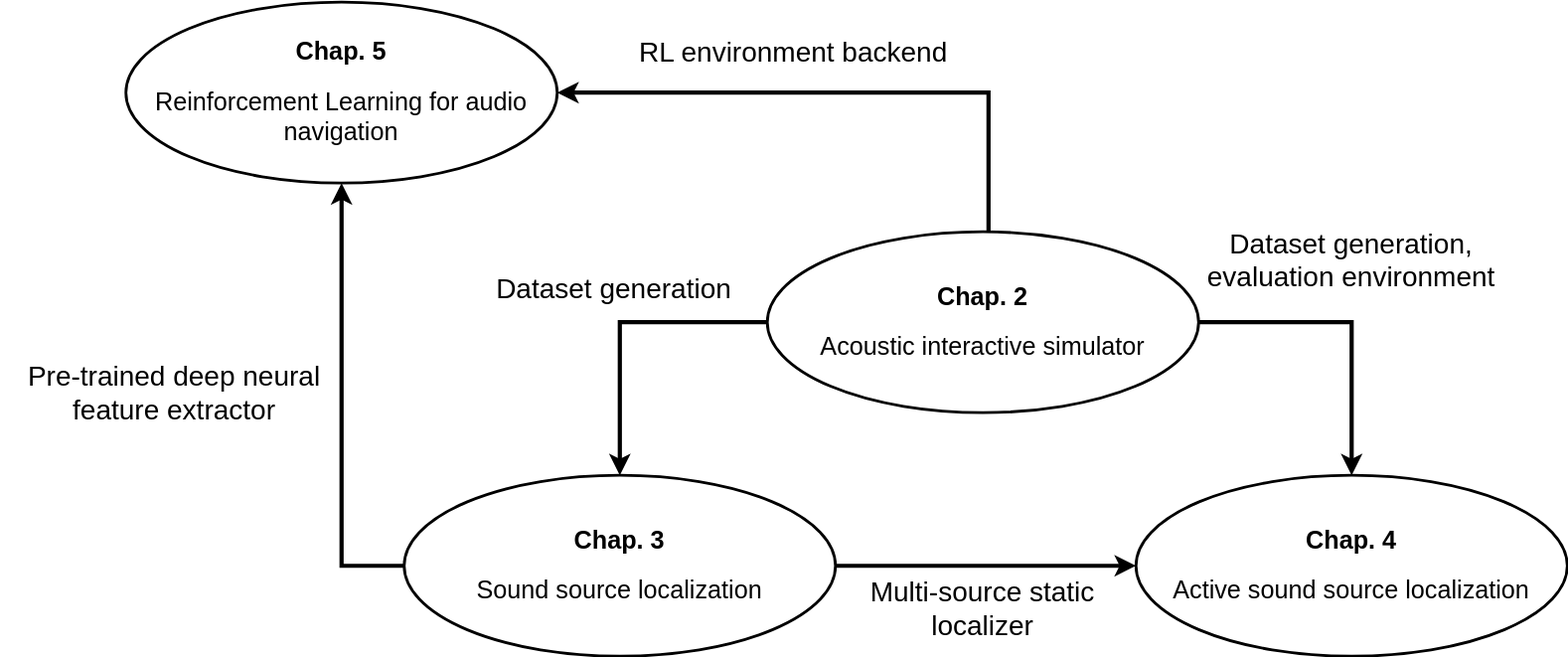
Above: sections/1_introduction/figures/diagram.svg in GaetanLepage/phd-manuscript (draw.io), before the change. Source tidied: cells renumbered, new cells last; positions are measured from the earlier drawing's top-left corner, leaving out a move shared by most shapes. Its diagram source:
```xml
<mxGraphModel>
  <root>
    <mxCell id="0" />
    <mxCell id="1" parent="0" />
    <mxCell id="2" style="edgeStyle=orthogonalEdgeStyle;rounded=0;hachureGap=4;jettySize=auto;html=1;entryX=1;entryY=0.5;entryDx=0;entryDy=0;fontFamily=Architects Daughter;fontSource=https%3A%2F%2Ffonts.googleapis.com%2Fcss%3Ffamily%3DArchitects%2BDaughter;strokeWidth=3;" parent="1" edge="1" source="4" target="9">
      <mxGeometry relative="1" as="geometry">
        <Array as="points">
          <mxPoint x="710" y="65" />
        </Array>
      </mxGeometry>
    </mxCell>
    <mxCell id="3" style="edgeStyle=orthogonalEdgeStyle;rounded=0;hachureGap=4;jettySize=auto;html=1;entryX=0.5;entryY=0;entryDx=0;entryDy=0;fontFamily=Architects Daughter;fontSource=https%3A%2F%2Ffonts.googleapis.com%2Fcss%3Ffamily%3DArchitects%2BDaughter;strokeWidth=3;" parent="1" edge="1" source="4" target="8">
      <mxGeometry relative="1" as="geometry">
        <Array as="points">
          <mxPoint x="971" y="230" />
        </Array>
      </mxGeometry>
    </mxCell>
    <mxCell id="4" value="&lt;font style=&quot;font-size: 18px;&quot;&gt;&lt;b&gt;Chap. 2&lt;br&gt;&lt;/b&gt;&lt;/font&gt;&lt;br&gt;&lt;font style=&quot;font-size: 18px;&quot;&gt;Acoustic interactive simulator&lt;/font&gt;" style="ellipse;whiteSpace=wrap;html=1;hachureGap=4;fontFamily=Helvetica;strokeWidth=2;" parent="1" vertex="1">
      <mxGeometry x="551" y="165" width="310" height="130" as="geometry" />
    </mxCell>
    <mxCell id="5" style="edgeStyle=orthogonalEdgeStyle;rounded=0;hachureGap=4;jettySize=auto;html=1;entryX=0;entryY=0.5;entryDx=0;entryDy=0;fontFamily=Architects Daughter;fontSource=https%3A%2F%2Ffonts.googleapis.com%2Fcss%3Ffamily%3DArchitects%2BDaughter;strokeWidth=3;" parent="1" edge="1" source="7" target="8">
      <mxGeometry relative="1" as="geometry" />
    </mxCell>
    <mxCell id="6" style="edgeStyle=orthogonalEdgeStyle;rounded=0;hachureGap=4;jettySize=auto;html=1;entryX=0.5;entryY=1;entryDx=0;entryDy=0;fontFamily=Architects Daughter;fontSource=https%3A%2F%2Ffonts.googleapis.com%2Fcss%3Ffamily%3DArchitects%2BDaughter;exitX=0;exitY=0.5;exitDx=0;exitDy=0;strokeWidth=3;" parent="1" edge="1" source="7" target="9">
      <mxGeometry relative="1" as="geometry" />
    </mxCell>
    <mxCell id="7" value="&lt;b&gt;&lt;font style=&quot;font-size: 18px;&quot;&gt;Chap. 3&lt;br&gt;&lt;/font&gt;&lt;/b&gt;&lt;br&gt;&lt;font style=&quot;font-size: 18px;&quot;&gt;Sound source localization&lt;/font&gt;" style="ellipse;whiteSpace=wrap;html=1;hachureGap=4;fontFamily=Helvetica;strokeWidth=2;" parent="1" vertex="1">
      <mxGeometry x="290" y="340" width="310" height="130" as="geometry" />
    </mxCell>
    <mxCell id="8" value="&lt;font style=&quot;font-size: 18px;&quot;&gt;&lt;b&gt;Chap. 4&lt;br&gt;&lt;/b&gt;&lt;/font&gt;&lt;br&gt;&lt;font style=&quot;font-size: 18px;&quot;&gt;Active sound source localization&lt;/font&gt;" style="ellipse;whiteSpace=wrap;html=1;hachureGap=4;fontFamily=Helvetica;strokeWidth=2;" parent="1" vertex="1">
      <mxGeometry x="816" y="340" width="310" height="130" as="geometry" />
    </mxCell>
    <mxCell id="9" value="&lt;b&gt;&lt;font style=&quot;font-size: 18px;&quot;&gt;Chap. 5&lt;br&gt;&lt;/font&gt;&lt;/b&gt;&lt;br&gt;&lt;font style=&quot;font-size: 18px;&quot;&gt;Reinforcement Learning for audio navigation&lt;/font&gt;" style="ellipse;whiteSpace=wrap;html=1;hachureGap=4;fontFamily=Helvetica;strokeWidth=2;" parent="1" vertex="1">
      <mxGeometry x="90" width="310" height="130" as="geometry" />
    </mxCell>
    <mxCell id="10" style="endArrow=classic;html=1;rounded=0;hachureGap=4;fontFamily=Architects Daughter;fontSource=https%3A%2F%2Ffonts.googleapis.com%2Fcss%3Ffamily%3DArchitects%2BDaughter;exitX=0;exitY=0.5;exitDx=0;exitDy=0;entryX=0.5;entryY=0;entryDx=0;entryDy=0;strokeWidth=3;edgeStyle=orthogonalEdgeStyle;" parent="1" edge="1" source="4" target="7">
      <mxGeometry relative="1" as="geometry">
        <Array as="points">
          <mxPoint x="445" y="230" />
        </Array>
      </mxGeometry>
    </mxCell>
    <mxCell id="11" value="Pre-trained deep neural feature extractor" style="text;html=1;align=center;verticalAlign=middle;whiteSpace=wrap;rounded=0;fontFamily=Helvetica;fontSize=20;" parent="1" vertex="1">
      <mxGeometry y="265" width="250" height="30" as="geometry" />
    </mxCell>
    <mxCell id="12" value="RL environment backend" style="text;html=1;align=center;verticalAlign=middle;whiteSpace=wrap;rounded=0;fontFamily=Helvetica;fontSize=20;" parent="1" vertex="1">
      <mxGeometry x="450" y="20" width="240" height="30" as="geometry" />
    </mxCell>
    <mxCell id="13" value="Dataset generation,&lt;br&gt;evaluation environment" style="text;html=1;align=center;verticalAlign=middle;whiteSpace=wrap;rounded=0;fontFamily=Helvetica;fontSize=20;" parent="1" vertex="1">
      <mxGeometry x="861" y="170" width="220" height="30" as="geometry" />
    </mxCell>
    <mxCell id="14" value="Multi-source static localizer" style="text;html=1;align=center;verticalAlign=middle;whiteSpace=wrap;rounded=0;fontFamily=Helvetica;fontSize=20;" parent="1" vertex="1">
      <mxGeometry x="596" y="420" width="220" height="30" as="geometry" />
    </mxCell>
    <mxCell id="15" value="Dataset generation" style="text;html=1;align=center;verticalAlign=middle;whiteSpace=wrap;rounded=0;fontFamily=Helvetica;fontSize=20;" parent="1" vertex="1">
      <mxGeometry x="331" y="190" width="220" height="30" as="geometry" />
    </mxCell>
  </root>
</mxGraphModel>
```
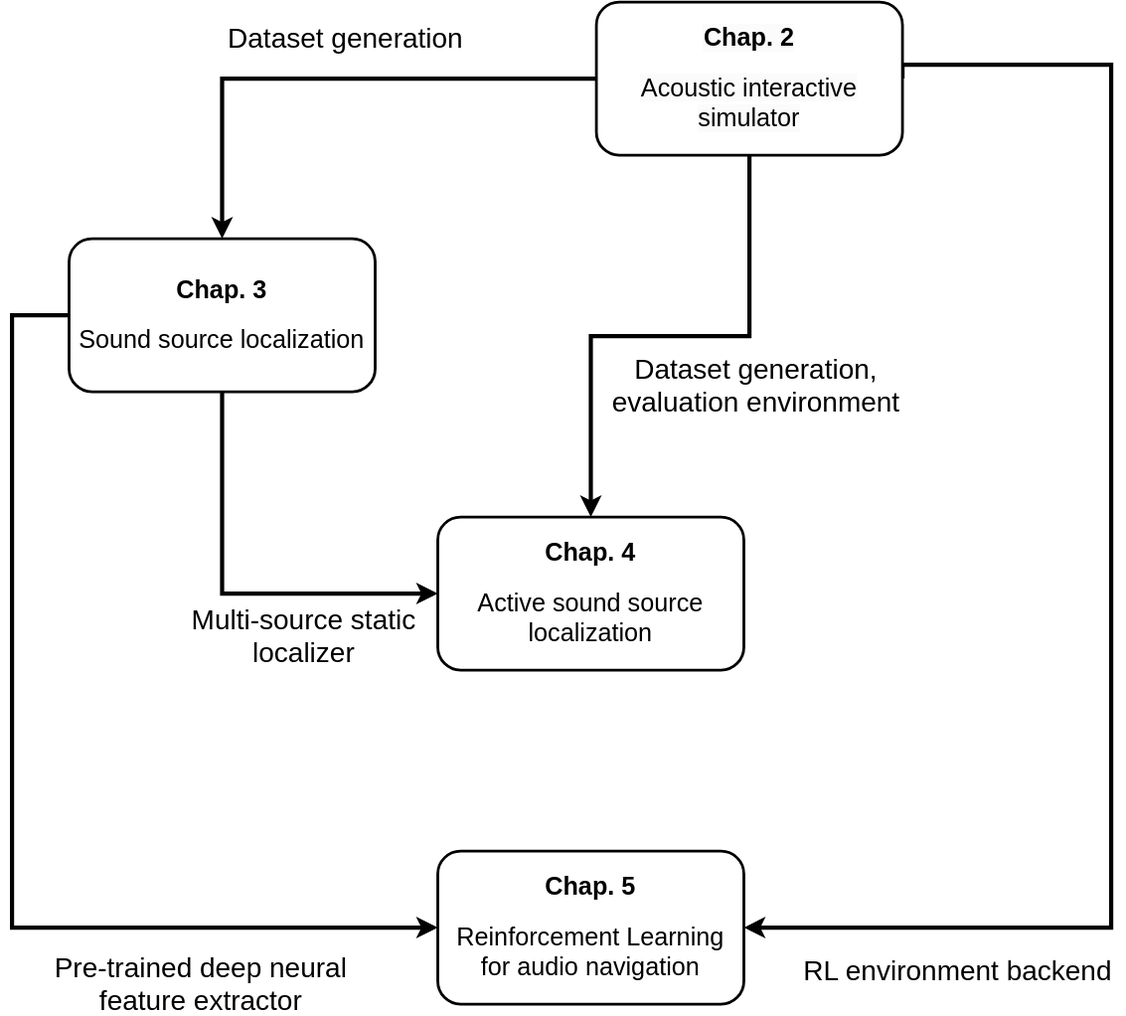
The same diagram one commit later.

Change to the diagram source:
```diff
@@ -2,59 +2,57 @@
   <root>
     <mxCell id="0" />
     <mxCell id="1" parent="0" />
-    <mxCell id="2" style="edgeStyle=orthogonalEdgeStyle;rounded=0;hachureGap=4;jettySize=auto;html=1;entryX=1;entryY=0.5;entryDx=0;entryDy=0;fontFamily=Architects Daughter;fontSource=https%3A%2F%2Ffonts.googleapis.com%2Fcss%3Ffamily%3DArchitects%2BDaughter;strokeWidth=3;" parent="1" edge="1" source="4" target="9">
+    <mxCell id="2" style="edgeStyle=orthogonalEdgeStyle;rounded=0;hachureGap=4;jettySize=auto;html=1;entryX=1;entryY=0.5;entryDx=0;entryDy=0;fontFamily=Architects Daughter;fontSource=https%3A%2F%2Ffonts.googleapis.com%2Fcss%3Ffamily%3DArchitects%2BDaughter;strokeWidth=3;exitX=1;exitY=0.5;exitDx=0;exitDy=0;" parent="1" edge="1" source="4" target="9">
       <mxGeometry relative="1" as="geometry">
         <Array as="points">
-          <mxPoint x="710" y="65" />
+          <mxPoint x="1080" y="235" />
+          <mxPoint x="1080" y="855" />
         </Array>
       </mxGeometry>
     </mxCell>
-    <mxCell id="3" style="edgeStyle=orthogonalEdgeStyle;rounded=0;hachureGap=4;jettySize=auto;html=1;entryX=0.5;entryY=0;entryDx=0;entryDy=0;fontFamily=Architects Daughter;fontSource=https%3A%2F%2Ffonts.googleapis.com%2Fcss%3Ffamily%3DArchitects%2BDaughter;strokeWidth=3;" parent="1" edge="1" source="4" target="8">
-      <mxGeometry relative="1" as="geometry">
-        <Array as="points">
-          <mxPoint x="971" y="230" />
-        </Array>
-      </mxGeometry>
+    <mxCell id="3" style="edgeStyle=orthogonalEdgeStyle;rounded=0;hachureGap=4;jettySize=auto;html=1;entryX=0.5;entryY=0;entryDx=0;entryDy=0;fontFamily=Architects Daughter;fontSource=https%3A%2F%2Ffonts.googleapis.com%2Fcss%3Ffamily%3DArchitects%2BDaughter;strokeWidth=3;exitX=0.5;exitY=1;exitDx=0;exitDy=0;" parent="1" edge="1" source="4" target="8">
+      <mxGeometry relative="1" as="geometry" />
     </mxCell>
-    <mxCell id="4" value="&lt;font style=&quot;font-size: 18px;&quot;&gt;&lt;b&gt;Chap. 2&lt;br&gt;&lt;/b&gt;&lt;/font&gt;&lt;br&gt;&lt;font style=&quot;font-size: 18px;&quot;&gt;Acoustic interactive simulator&lt;/font&gt;" style="ellipse;whiteSpace=wrap;html=1;hachureGap=4;fontFamily=Helvetica;strokeWidth=2;" parent="1" vertex="1">
-      <mxGeometry x="551" y="165" width="310" height="130" as="geometry" />
-    </mxCell>
-    <mxCell id="5" style="edgeStyle=orthogonalEdgeStyle;rounded=0;hachureGap=4;jettySize=auto;html=1;entryX=0;entryY=0.5;entryDx=0;entryDy=0;fontFamily=Architects Daughter;fontSource=https%3A%2F%2Ffonts.googleapis.com%2Fcss%3Ffamily%3DArchitects%2BDaughter;strokeWidth=3;" parent="1" edge="1" source="7" target="8">
+    <mxCell id="5" style="edgeStyle=orthogonalEdgeStyle;rounded=0;hachureGap=4;jettySize=auto;html=1;entryX=0;entryY=0.5;entryDx=0;entryDy=0;fontFamily=Architects Daughter;fontSource=https%3A%2F%2Ffonts.googleapis.com%2Fcss%3Ffamily%3DArchitects%2BDaughter;strokeWidth=3;exitX=0.5;exitY=1;exitDx=0;exitDy=0;" parent="1" edge="1" source="7" target="8">
       <mxGeometry relative="1" as="geometry" />
     </mxCell>
-    <mxCell id="6" style="edgeStyle=orthogonalEdgeStyle;rounded=0;hachureGap=4;jettySize=auto;html=1;entryX=0.5;entryY=1;entryDx=0;entryDy=0;fontFamily=Architects Daughter;fontSource=https%3A%2F%2Ffonts.googleapis.com%2Fcss%3Ffamily%3DArchitects%2BDaughter;exitX=0;exitY=0.5;exitDx=0;exitDy=0;strokeWidth=3;" parent="1" edge="1" source="7" target="9">
-      <mxGeometry relative="1" as="geometry" />
+    <mxCell id="6" style="edgeStyle=orthogonalEdgeStyle;rounded=0;hachureGap=4;jettySize=auto;html=1;entryX=0;entryY=0.5;entryDx=0;entryDy=0;fontFamily=Architects Daughter;fontSource=https%3A%2F%2Ffonts.googleapis.com%2Fcss%3Ffamily%3DArchitects%2BDaughter;exitX=0;exitY=0.5;exitDx=0;exitDy=0;strokeWidth=3;" parent="1" edge="1" source="7" target="9">
+      <mxGeometry relative="1" as="geometry">
+        <Array as="points">
+          <mxPoint x="290" y="415" />
+          <mxPoint x="290" y="855" />
+        </Array>
+      </mxGeometry>
     </mxCell>
-    <mxCell id="7" value="&lt;b&gt;&lt;font style=&quot;font-size: 18px;&quot;&gt;Chap. 3&lt;br&gt;&lt;/font&gt;&lt;/b&gt;&lt;br&gt;&lt;font style=&quot;font-size: 18px;&quot;&gt;Sound source localization&lt;/font&gt;" style="ellipse;whiteSpace=wrap;html=1;hachureGap=4;fontFamily=Helvetica;strokeWidth=2;" parent="1" vertex="1">
-      <mxGeometry x="290" y="340" width="310" height="130" as="geometry" />
-    </mxCell>
-    <mxCell id="8" value="&lt;font style=&quot;font-size: 18px;&quot;&gt;&lt;b&gt;Chap. 4&lt;br&gt;&lt;/b&gt;&lt;/font&gt;&lt;br&gt;&lt;font style=&quot;font-size: 18px;&quot;&gt;Active sound source localization&lt;/font&gt;" style="ellipse;whiteSpace=wrap;html=1;hachureGap=4;fontFamily=Helvetica;strokeWidth=2;" parent="1" vertex="1">
-      <mxGeometry x="816" y="340" width="310" height="130" as="geometry" />
-    </mxCell>
-    <mxCell id="9" value="&lt;b&gt;&lt;font style=&quot;font-size: 18px;&quot;&gt;Chap. 5&lt;br&gt;&lt;/font&gt;&lt;/b&gt;&lt;br&gt;&lt;font style=&quot;font-size: 18px;&quot;&gt;Reinforcement Learning for audio navigation&lt;/font&gt;" style="ellipse;whiteSpace=wrap;html=1;hachureGap=4;fontFamily=Helvetica;strokeWidth=2;" parent="1" vertex="1">
-      <mxGeometry x="90" width="310" height="130" as="geometry" />
-    </mxCell>
-    <mxCell id="10" style="endArrow=classic;html=1;rounded=0;hachureGap=4;fontFamily=Architects Daughter;fontSource=https%3A%2F%2Ffonts.googleapis.com%2Fcss%3Ffamily%3DArchitects%2BDaughter;exitX=0;exitY=0.5;exitDx=0;exitDy=0;entryX=0.5;entryY=0;entryDx=0;entryDy=0;strokeWidth=3;edgeStyle=orthogonalEdgeStyle;" parent="1" edge="1" source="4" target="7">
-      <mxGeometry relative="1" as="geometry">
-        <Array as="points">
-          <mxPoint x="445" y="230" />
-        </Array>
-      </mxGeometry>
-    </mxCell>
     <mxCell id="11" value="Pre-trained deep neural feature extractor" style="text;html=1;align=center;verticalAlign=middle;whiteSpace=wrap;rounded=0;fontFamily=Helvetica;fontSize=20;" parent="1" vertex="1">
-      <mxGeometry y="265" width="250" height="30" as="geometry" />
+      <mxGeometry x="301" y="880" width="250" height="30" as="geometry" />
     </mxCell>
     <mxCell id="12" value="RL environment backend" style="text;html=1;align=center;verticalAlign=middle;whiteSpace=wrap;rounded=0;fontFamily=Helvetica;fontSize=20;" parent="1" vertex="1">
-      <mxGeometry x="450" y="20" width="240" height="30" as="geometry" />
+      <mxGeometry x="850" y="870" width="240" height="30" as="geometry" />
     </mxCell>
     <mxCell id="13" value="Dataset generation,&lt;br&gt;evaluation environment" style="text;html=1;align=center;verticalAlign=middle;whiteSpace=wrap;rounded=0;fontFamily=Helvetica;fontSize=20;" parent="1" vertex="1">
-      <mxGeometry x="861" y="170" width="220" height="30" as="geometry" />
+      <mxGeometry x="710" y="450" width="230" height="30" as="geometry" />
     </mxCell>
     <mxCell id="14" value="Multi-source static localizer" style="text;html=1;align=center;verticalAlign=middle;whiteSpace=wrap;rounded=0;fontFamily=Helvetica;fontSize=20;" parent="1" vertex="1">
-      <mxGeometry x="596" y="420" width="220" height="30" as="geometry" />
+      <mxGeometry x="390" y="630" width="220" height="30" as="geometry" />
     </mxCell>
     <mxCell id="15" value="Dataset generation" style="text;html=1;align=center;verticalAlign=middle;whiteSpace=wrap;rounded=0;fontFamily=Helvetica;fontSize=20;" parent="1" vertex="1">
-      <mxGeometry x="331" y="190" width="220" height="30" as="geometry" />
+      <mxGeometry x="420" y="200" width="220" height="30" as="geometry" />
     </mxCell>
+    <mxCell id="10" style="edgeStyle=orthogonalEdgeStyle;rounded=0;hachureGap=4;jettySize=auto;html=1;entryX=0.5;entryY=0;entryDx=0;entryDy=0;fontFamily=Architects Daughter;fontSource=https%3A%2F%2Ffonts.googleapis.com%2Fcss%3Ffamily%3DArchitects%2BDaughter;strokeWidth=3;" parent="1" edge="1" source="4" target="7">
+      <mxGeometry relative="1" as="geometry" />
+    </mxCell>
+    <mxCell id="4" value="&lt;font style=&quot;forced-color-adjust: none; color: rgb(0, 0, 0); font-family: Helvetica; font-style: normal; font-variant-ligatures: normal; font-variant-caps: normal; font-weight: 400; letter-spacing: normal; orphans: 2; text-align: center; text-indent: 0px; text-transform: none; widows: 2; word-spacing: 0px; -webkit-text-stroke-width: 0px; white-space: normal; background-color: rgb(251, 251, 251); text-decoration-thickness: initial; text-decoration-style: initial; text-decoration-color: initial; font-size: 18px;&quot;&gt;&lt;b style=&quot;forced-color-adjust: none;&quot;&gt;Chap. 2&lt;br style=&quot;forced-color-adjust: none;&quot;&gt;&lt;/b&gt;&lt;/font&gt;&lt;br style=&quot;forced-color-adjust: none; color: rgb(0, 0, 0); font-family: Helvetica; font-size: 12px; font-style: normal; font-variant-ligatures: normal; font-variant-caps: normal; font-weight: 400; letter-spacing: normal; orphans: 2; text-align: center; text-indent: 0px; text-transform: none; widows: 2; word-spacing: 0px; -webkit-text-stroke-width: 0px; white-space: normal; background-color: rgb(251, 251, 251); text-decoration-thickness: initial; text-decoration-style: initial; text-decoration-color: initial;&quot;&gt;&lt;font style=&quot;forced-color-adjust: none; color: rgb(0, 0, 0); font-family: Helvetica; font-style: normal; font-variant-ligatures: normal; font-variant-caps: normal; font-weight: 400; letter-spacing: normal; orphans: 2; text-align: center; text-indent: 0px; text-transform: none; widows: 2; word-spacing: 0px; -webkit-text-stroke-width: 0px; white-space: normal; background-color: rgb(251, 251, 251); text-decoration-thickness: initial; text-decoration-style: initial; text-decoration-color: initial; font-size: 18px;&quot;&gt;Acoustic interactive simulator&lt;/font&gt;" style="rounded=1;whiteSpace=wrap;html=1;hachureGap=4;fontFamily=Architects Daughter;fontSource=https%3A%2F%2Ffonts.googleapis.com%2Fcss%3Ffamily%3DArchitects%2BDaughter;strokeWidth=2;" parent="1" vertex="1">
+      <mxGeometry x="710" y="190" width="220" height="110" as="geometry" />
+    </mxCell>
+    <mxCell id="8" value="&lt;font style=&quot;font-family: Helvetica; font-size: 18px;&quot;&gt;&lt;b&gt;Chap. 4&lt;br&gt;&lt;/b&gt;&lt;/font&gt;&lt;br style=&quot;font-family: Helvetica;&quot;&gt;&lt;font style=&quot;font-family: Helvetica; font-size: 18px;&quot;&gt;Active sound source localization&lt;/font&gt;" style="rounded=1;whiteSpace=wrap;html=1;hachureGap=4;fontFamily=Architects Daughter;fontSource=https%3A%2F%2Ffonts.googleapis.com%2Fcss%3Ffamily%3DArchitects%2BDaughter;strokeWidth=2;" parent="1" vertex="1">
+      <mxGeometry x="596" y="560" width="220" height="110" as="geometry" />
+    </mxCell>
+    <mxCell id="7" value="&lt;b style=&quot;font-family: Helvetica;&quot;&gt;&lt;font style=&quot;font-size: 18px;&quot;&gt;Chap. 3&lt;br&gt;&lt;/font&gt;&lt;/b&gt;&lt;br style=&quot;font-family: Helvetica;&quot;&gt;&lt;font style=&quot;font-family: Helvetica; font-size: 18px;&quot;&gt;Sound source localization&lt;/font&gt;" style="rounded=1;whiteSpace=wrap;html=1;hachureGap=4;fontFamily=Architects Daughter;fontSource=https%3A%2F%2Ffonts.googleapis.com%2Fcss%3Ffamily%3DArchitects%2BDaughter;strokeWidth=2;" parent="1" vertex="1">
+      <mxGeometry x="331" y="360" width="220" height="110" as="geometry" />
+    </mxCell>
+    <mxCell id="9" value="&lt;b style=&quot;font-family: Helvetica;&quot;&gt;&lt;font style=&quot;font-size: 18px;&quot;&gt;Chap. 5&lt;br&gt;&lt;/font&gt;&lt;/b&gt;&lt;br style=&quot;font-family: Helvetica;&quot;&gt;&lt;font style=&quot;font-family: Helvetica; font-size: 18px;&quot;&gt;Reinforcement Learning for audio navigation&lt;/font&gt;" style="rounded=1;whiteSpace=wrap;html=1;hachureGap=4;fontFamily=Architects Daughter;fontSource=https%3A%2F%2Ffonts.googleapis.com%2Fcss%3Ffamily%3DArchitects%2BDaughter;strokeWidth=2;" parent="1" vertex="1">
+      <mxGeometry x="596" y="800" width="220" height="110" as="geometry" />
+    </mxCell>
   </root>
 </mxGraphModel>
```
